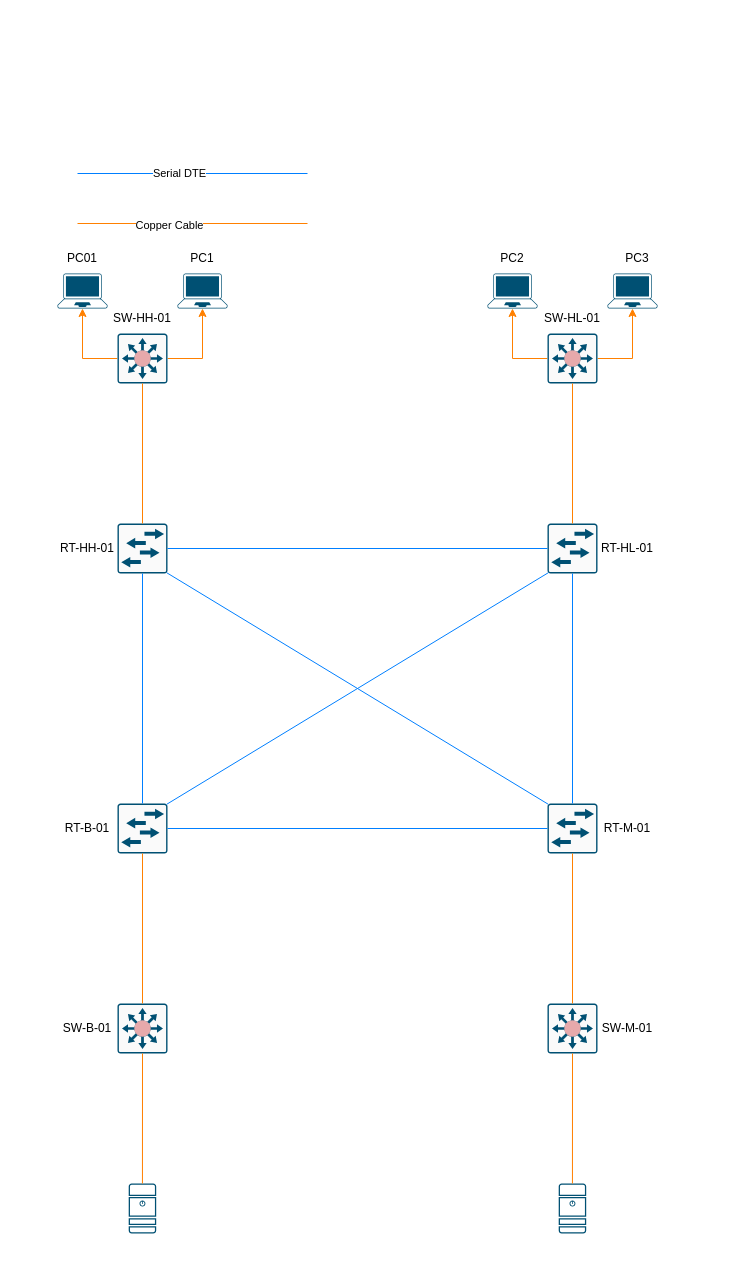
The draw.io diagram Network plan.drawio in ScriptingDon/Providing-Networks-and-Services, before the edit. Source tidied: cells renumbered, new cells numbered last; positions are measured from the earlier drawing's top-left corner, leaving out a move shared by most shapes. Both pictures are drawn from the tidied source at 100%, with x=0, y=0 at pixel (52, 173).
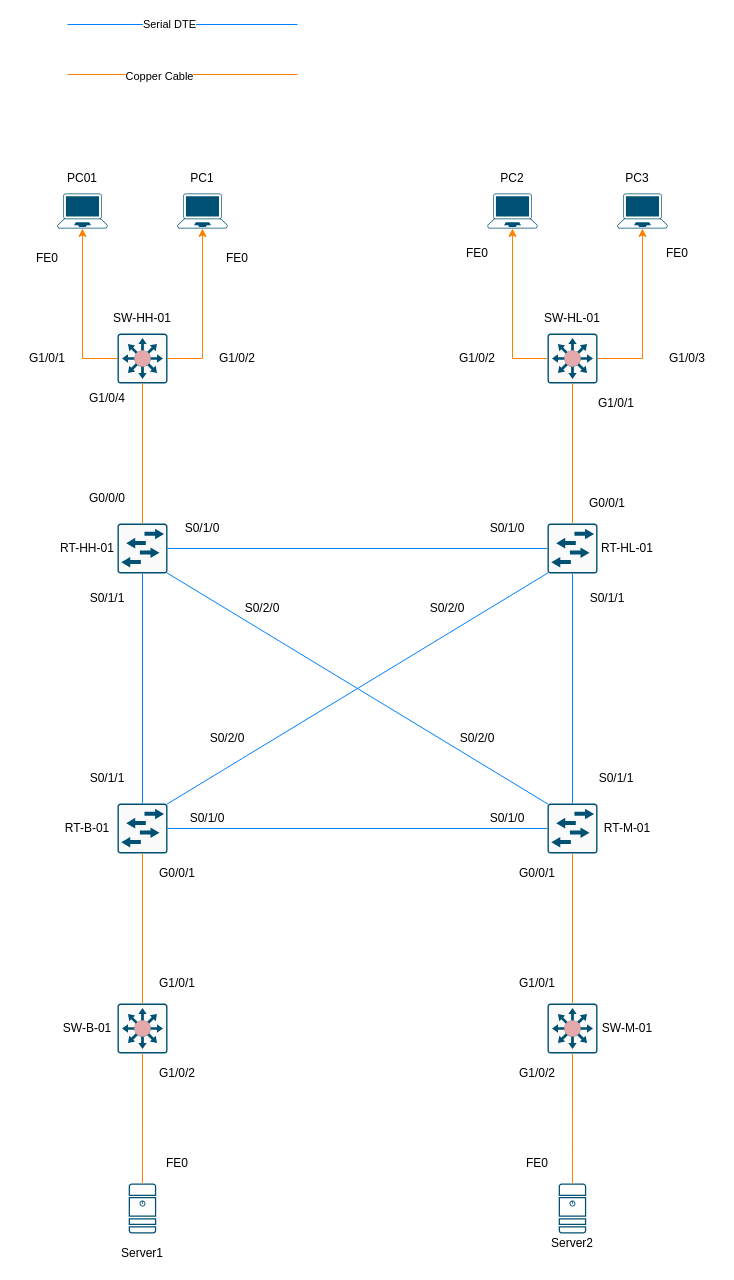
After the change.

Commit message (it also covers changes not shown here):
Newest Version, Ports added

Diff of the diagram source:
```diff
@@
     <mxCell id="5" style="points=[[0.13,0.02,0],[0.5,0,0],[0.87,0.02,0],[0.885,0.4,0],[0.985,0.985,0],[0.5,1,0],[0.015,0.985,0],[0.115,0.4,0]];verticalLabelPosition=bottom;sketch=0;html=1;verticalAlign=top;align=center;shape=mxgraph.cisco19.laptop;fillColor=#005073;strokeColor=none;" parent="1" vertex="1">
-      <mxGeometry x="5" y="100" width="50" height="35" as="geometry" />
+      <mxGeometry x="5" y="20" width="50" height="35" as="geometry" />
     </mxCell>
     <mxCell id="6" style="points=[[0.13,0.02,0],[0.5,0,0],[0.87,0.02,0],[0.885,0.4,0],[0.985,0.985,0],[0.5,1,0],[0.015,0.985,0],[0.115,0.4,0]];verticalLabelPosition=bottom;sketch=0;html=1;verticalAlign=top;align=center;shape=mxgraph.cisco19.laptop;fillColor=#005073;strokeColor=none;" parent="1" vertex="1">
-      <mxGeometry x="125" y="100" width="50" height="35" as="geometry" />
+      <mxGeometry x="125" y="20" width="50" height="35" as="geometry" />
     </mxCell>
@@
     <mxCell id="16" style="points=[[0.13,0.02,0],[0.5,0,0],[0.87,0.02,0],[0.885,0.4,0],[0.985,0.985,0],[0.5,1,0],[0.015,0.985,0],[0.115,0.4,0]];verticalLabelPosition=bottom;sketch=0;html=1;verticalAlign=top;align=center;shape=mxgraph.cisco19.laptop;fillColor=#005073;strokeColor=none;" parent="1" vertex="1">
-      <mxGeometry x="435" y="100" width="50" height="35" as="geometry" />
+      <mxGeometry x="435" y="20" width="50" height="35" as="geometry" />
     </mxCell>
     <mxCell id="17" style="points=[[0.13,0.02,0],[0.5,0,0],[0.87,0.02,0],[0.885,0.4,0],[0.985,0.985,0],[0.5,1,0],[0.015,0.985,0],[0.115,0.4,0]];verticalLabelPosition=bottom;sketch=0;html=1;verticalAlign=top;align=center;shape=mxgraph.cisco19.laptop;fillColor=#005073;strokeColor=none;" parent="1" vertex="1">
-      <mxGeometry x="555" y="100" width="50" height="35" as="geometry" />
+      <mxGeometry x="565" y="20" width="50" height="35" as="geometry" />
     </mxCell>
@@
     <mxCell id="32" style="endArrow=none;html=1;rounded=0;entryX=0;entryY=0.5;entryDx=0;entryDy=0;entryPerimeter=0;strokeColor=#007FFF;" parent="1" edge="1">
       <mxGeometry relative="1" as="geometry">
-        <mxPoint x="25" as="sourcePoint" />
-        <mxPoint x="255" as="targetPoint" />
+        <mxPoint x="15" y="-149" as="sourcePoint" />
+        <mxPoint x="245" y="-149" as="targetPoint" />
       </mxGeometry>
     </mxCell>
@@
     <mxCell id="34" style="endArrow=none;html=1;rounded=0;strokeColor=#FF8000;" parent="1" edge="1">
       <mxGeometry relative="1" as="geometry">
-        <mxPoint x="255" y="50" as="sourcePoint" />
-        <mxPoint x="25" y="50" as="targetPoint" />
+        <mxPoint x="245" y="-99" as="sourcePoint" />
+        <mxPoint x="15" y="-99" as="targetPoint" />
       </mxGeometry>
     </mxCell>
@@
     <mxCell id="36" value="PC01" style="text;html=1;strokeColor=none;fillColor=none;align=center;verticalAlign=middle;whiteSpace=wrap;rounded=0;" parent="1" vertex="1">
-      <mxGeometry y="70" width="60" height="30" as="geometry" />
+      <mxGeometry y="-10" width="60" height="30" as="geometry" />
     </mxCell>
     <mxCell id="37" value="PC1" style="text;html=1;strokeColor=none;fillColor=none;align=center;verticalAlign=middle;whiteSpace=wrap;rounded=0;" parent="1" vertex="1">
-      <mxGeometry x="120" y="70" width="60" height="30" as="geometry" />
+      <mxGeometry x="120" y="-10" width="60" height="30" as="geometry" />
     </mxCell>
     <mxCell id="38" value="PC2" style="text;html=1;strokeColor=none;fillColor=none;align=center;verticalAlign=middle;whiteSpace=wrap;rounded=0;" parent="1" vertex="1">
-      <mxGeometry x="430" y="70" width="60" height="30" as="geometry" />
+      <mxGeometry x="430" y="-10" width="60" height="30" as="geometry" />
     </mxCell>
     <mxCell id="39" value="PC3" style="text;html=1;strokeColor=none;fillColor=none;align=center;verticalAlign=middle;whiteSpace=wrap;rounded=0;" parent="1" vertex="1">
-      <mxGeometry x="555" y="70" width="60" height="30" as="geometry" />
+      <mxGeometry x="555" y="-10" width="60" height="30" as="geometry" />
     </mxCell>
@@
+    <mxCell id="48" value="FE0" style="text;html=1;strokeColor=none;fillColor=none;align=center;verticalAlign=middle;whiteSpace=wrap;rounded=0;" parent="1" vertex="1">
+      <mxGeometry x="-35" y="70" width="60" height="30" as="geometry" />
+    </mxCell>
+    <mxCell id="49" value="FE0" style="text;html=1;strokeColor=none;fillColor=none;align=center;verticalAlign=middle;whiteSpace=wrap;rounded=0;" parent="1" vertex="1">
+      <mxGeometry x="155" y="70" width="60" height="30" as="geometry" />
+    </mxCell>
+    <mxCell id="50" value="G1/0/1" style="text;html=1;strokeColor=none;fillColor=none;align=center;verticalAlign=middle;whiteSpace=wrap;rounded=0;" parent="1" vertex="1">
+      <mxGeometry x="-35" y="170" width="60" height="30" as="geometry" />
+    </mxCell>
+    <mxCell id="51" value="G1/0/2" style="text;html=1;strokeColor=none;fillColor=none;align=center;verticalAlign=middle;whiteSpace=wrap;rounded=0;" parent="1" vertex="1">
+      <mxGeometry x="155" y="170" width="60" height="30" as="geometry" />
+    </mxCell>
+    <mxCell id="52" value="G1/0/4" style="text;html=1;strokeColor=none;fillColor=none;align=center;verticalAlign=middle;whiteSpace=wrap;rounded=0;" parent="1" vertex="1">
+      <mxGeometry x="25" y="210" width="60" height="30" as="geometry" />
+    </mxCell>
+    <mxCell id="53" value="G0/0/0" style="text;html=1;strokeColor=none;fillColor=none;align=center;verticalAlign=middle;whiteSpace=wrap;rounded=0;" parent="1" vertex="1">
+      <mxGeometry x="25" y="310" width="60" height="30" as="geometry" />
+    </mxCell>
+    <mxCell id="54" value="S0/1/0" style="text;html=1;strokeColor=none;fillColor=none;align=center;verticalAlign=middle;whiteSpace=wrap;rounded=0;" parent="1" vertex="1">
+      <mxGeometry x="120" y="340" width="60" height="30" as="geometry" />
+    </mxCell>
+    <mxCell id="55" value="S0/1/0" style="text;html=1;strokeColor=none;fillColor=none;align=center;verticalAlign=middle;whiteSpace=wrap;rounded=0;" parent="1" vertex="1">
+      <mxGeometry x="425" y="340" width="60" height="30" as="geometry" />
+    </mxCell>
+    <mxCell id="56" value="S0/1/1" style="text;html=1;strokeColor=none;fillColor=none;align=center;verticalAlign=middle;whiteSpace=wrap;rounded=0;" parent="1" vertex="1">
+      <mxGeometry x="25" y="410" width="60" height="30" as="geometry" />
+    </mxCell>
+    <mxCell id="57" value="S0/1/1" style="text;html=1;strokeColor=none;fillColor=none;align=center;verticalAlign=middle;whiteSpace=wrap;rounded=0;" parent="1" vertex="1">
+      <mxGeometry x="25" y="590" width="60" height="30" as="geometry" />
+    </mxCell>
+    <mxCell id="58" value="S0/2/0" style="text;html=1;strokeColor=none;fillColor=none;align=center;verticalAlign=middle;whiteSpace=wrap;rounded=0;" parent="1" vertex="1">
+      <mxGeometry x="180" y="420" width="60" height="30" as="geometry" />
+    </mxCell>
+    <mxCell id="59" value="S0/2/0" style="text;html=1;strokeColor=none;fillColor=none;align=center;verticalAlign=middle;whiteSpace=wrap;rounded=0;" parent="1" vertex="1">
+      <mxGeometry x="395" y="550" width="60" height="30" as="geometry" />
+    </mxCell>
+    <mxCell id="60" value="S0/1/1" style="text;html=1;strokeColor=none;fillColor=none;align=center;verticalAlign=middle;whiteSpace=wrap;rounded=0;" parent="1" vertex="1">
+      <mxGeometry x="525" y="410" width="60" height="30" as="geometry" />
+    </mxCell>
+    <mxCell id="61" value="S0/1/1" style="text;html=1;strokeColor=none;fillColor=none;align=center;verticalAlign=middle;whiteSpace=wrap;rounded=0;" parent="1" vertex="1">
+      <mxGeometry x="533.8" y="590" width="60" height="30" as="geometry" />
+    </mxCell>
+    <mxCell id="62" value="S0/1/0" style="text;html=1;strokeColor=none;fillColor=none;align=center;verticalAlign=middle;whiteSpace=wrap;rounded=0;" parent="1" vertex="1">
+      <mxGeometry x="425" y="630" width="60" height="30" as="geometry" />
+    </mxCell>
+    <mxCell id="63" value="S0/1/0" style="text;html=1;strokeColor=none;fillColor=none;align=center;verticalAlign=middle;whiteSpace=wrap;rounded=0;" parent="1" vertex="1">
+      <mxGeometry x="125" y="630" width="60" height="30" as="geometry" />
+    </mxCell>
+    <mxCell id="64" value="S0/2/0" style="text;html=1;strokeColor=none;fillColor=none;align=center;verticalAlign=middle;whiteSpace=wrap;rounded=0;" parent="1" vertex="1">
+      <mxGeometry x="365" y="420" width="60" height="30" as="geometry" />
+    </mxCell>
+    <mxCell id="65" value="S0/2/0" style="text;html=1;strokeColor=none;fillColor=none;align=center;verticalAlign=middle;whiteSpace=wrap;rounded=0;" parent="1" vertex="1">
+      <mxGeometry x="145" y="550" width="60" height="30" as="geometry" />
+    </mxCell>
+    <mxCell id="66" value="G0/0/1" style="text;html=1;strokeColor=none;fillColor=none;align=center;verticalAlign=middle;whiteSpace=wrap;rounded=0;" parent="1" vertex="1">
+      <mxGeometry x="525" y="320" width="60" height="20" as="geometry" />
+    </mxCell>
+    <mxCell id="67" value="G1/0/1" style="text;html=1;strokeColor=none;fillColor=none;align=center;verticalAlign=middle;whiteSpace=wrap;rounded=0;" parent="1" vertex="1">
+      <mxGeometry x="533.8" y="220" width="60" height="20" as="geometry" />
+    </mxCell>
+    <mxCell id="68" value="G1/0/2" style="text;html=1;strokeColor=none;fillColor=none;align=center;verticalAlign=middle;whiteSpace=wrap;rounded=0;" parent="1" vertex="1">
+      <mxGeometry x="395" y="175" width="60" height="20" as="geometry" />
+    </mxCell>
+    <mxCell id="69" value="FE0" style="text;html=1;strokeColor=none;fillColor=none;align=center;verticalAlign=middle;whiteSpace=wrap;rounded=0;" parent="1" vertex="1">
+      <mxGeometry x="395" y="70" width="60" height="20" as="geometry" />
+    </mxCell>
+    <mxCell id="70" value="FE0" style="text;html=1;strokeColor=none;fillColor=none;align=center;verticalAlign=middle;whiteSpace=wrap;rounded=0;" parent="1" vertex="1">
+      <mxGeometry x="595" y="70" width="60" height="20" as="geometry" />
+    </mxCell>
+    <mxCell id="71" value="G1/0/3" style="text;html=1;strokeColor=none;fillColor=none;align=center;verticalAlign=middle;whiteSpace=wrap;rounded=0;" parent="1" vertex="1">
+      <mxGeometry x="605" y="175" width="60" height="20" as="geometry" />
+    </mxCell>
+    <mxCell id="72" value="G0/0/1" style="text;html=1;strokeColor=none;fillColor=none;align=center;verticalAlign=middle;whiteSpace=wrap;rounded=0;" parent="1" vertex="1">
+      <mxGeometry x="455" y="690" width="60" height="20" as="geometry" />
+    </mxCell>
+    <mxCell id="73" value="G1/0/1" style="text;html=1;strokeColor=none;fillColor=none;align=center;verticalAlign=middle;whiteSpace=wrap;rounded=0;" parent="1" vertex="1">
+      <mxGeometry x="455" y="800" width="60" height="20" as="geometry" />
+    </mxCell>
+    <mxCell id="74" value="G1/0/2" style="text;html=1;strokeColor=none;fillColor=none;align=center;verticalAlign=middle;whiteSpace=wrap;rounded=0;" parent="1" vertex="1">
+      <mxGeometry x="455" y="890" width="60" height="20" as="geometry" />
+    </mxCell>
+    <mxCell id="75" value="FE0" style="text;html=1;strokeColor=none;fillColor=none;align=center;verticalAlign=middle;whiteSpace=wrap;rounded=0;" parent="1" vertex="1">
+      <mxGeometry x="455" y="980" width="60" height="20" as="geometry" />
+    </mxCell>
+    <mxCell id="76" value="FE0" style="text;html=1;strokeColor=none;fillColor=none;align=center;verticalAlign=middle;whiteSpace=wrap;rounded=0;" parent="1" vertex="1">
+      <mxGeometry x="95" y="980" width="60" height="20" as="geometry" />
+    </mxCell>
+    <mxCell id="77" value="G0/0/1" style="text;html=1;strokeColor=none;fillColor=none;align=center;verticalAlign=middle;whiteSpace=wrap;rounded=0;" parent="1" vertex="1">
+      <mxGeometry x="95" y="690" width="60" height="20" as="geometry" />
+    </mxCell>
+    <mxCell id="78" value="G1/0/1" style="text;html=1;strokeColor=none;fillColor=none;align=center;verticalAlign=middle;whiteSpace=wrap;rounded=0;" parent="1" vertex="1">
+      <mxGeometry x="95" y="800" width="60" height="20" as="geometry" />
+    </mxCell>
+    <mxCell id="79" value="G1/0/2" style="text;html=1;strokeColor=none;fillColor=none;align=center;verticalAlign=middle;whiteSpace=wrap;rounded=0;" parent="1" vertex="1">
+      <mxGeometry x="95" y="890" width="60" height="20" as="geometry" />
+    </mxCell>
+    <mxCell id="80" value="Server1" style="text;html=1;strokeColor=none;fillColor=none;align=center;verticalAlign=middle;whiteSpace=wrap;rounded=0;" parent="1" vertex="1">
+      <mxGeometry x="60" y="1070" width="60" height="20" as="geometry" />
+    </mxCell>
+    <mxCell id="81" value="Server2" style="text;html=1;strokeColor=none;fillColor=none;align=center;verticalAlign=middle;whiteSpace=wrap;rounded=0;" parent="1" vertex="1">
+      <mxGeometry x="490" y="1060" width="60" height="20" as="geometry" />
+    </mxCell>
```
